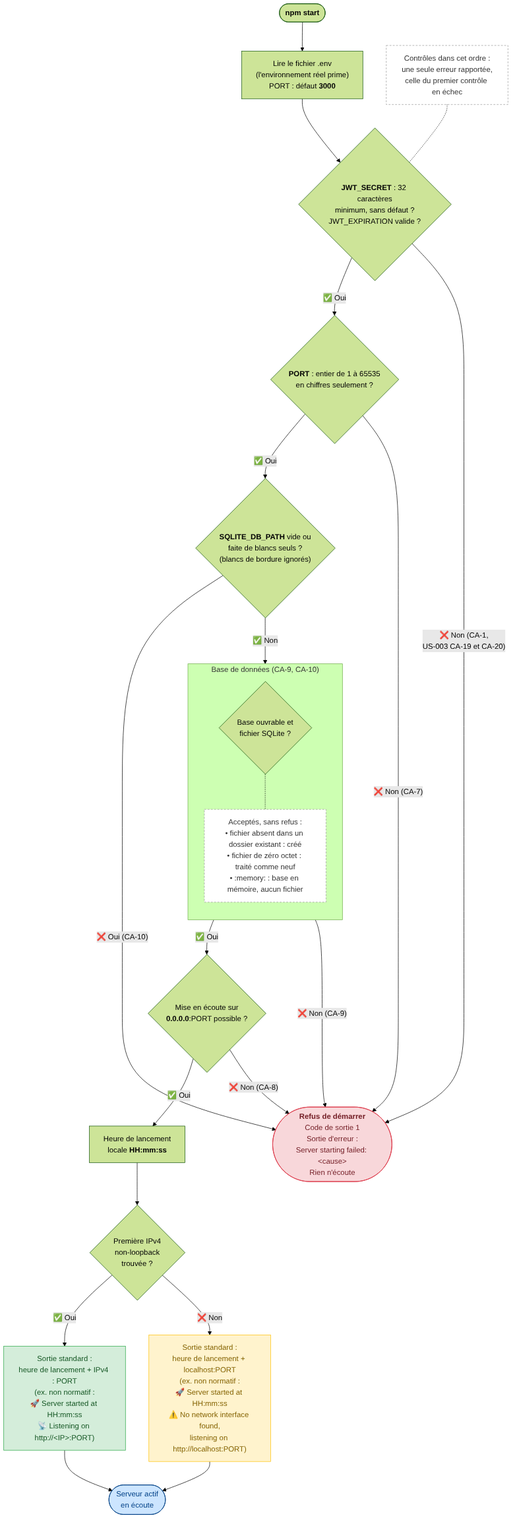
Earlier version of the Mermaid export docs/specs/diagrams/US-001-server-startup.png (ODehel/quiz-live-server). Its source is kept beside it as docs/specs/diagrams/US-001-server-startup.mmd.
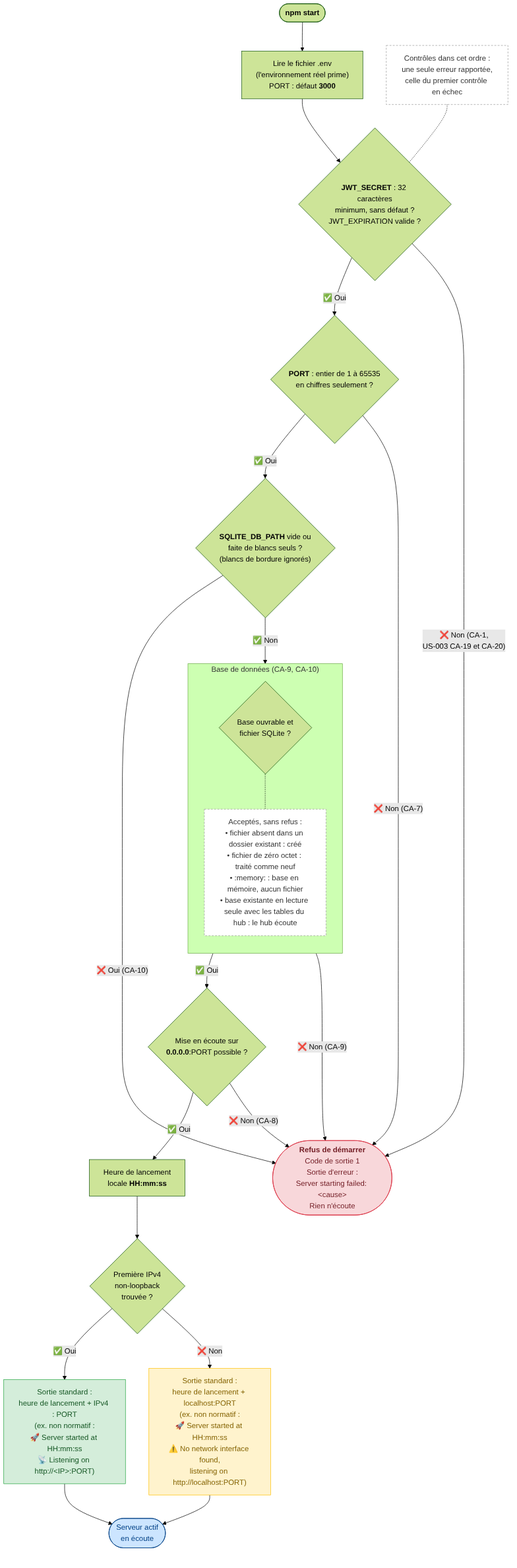
The same file after the commit.

The edit, as a diff of the source:
```diff
@@ -11,7 +11,7 @@
     subgraph DBSTEP ["Base de données (CA-9, CA-10)"]
         direction TB
         DB{"Base ouvrable et<br/>fichier SQLite ?"}
-        DBNOTE["Acceptés, sans refus :<br/>• fichier absent dans un dossier existant : créé<br/>• fichier de zéro octet : traité comme neuf<br/>• :memory: : base en mémoire, aucun fichier"]
+        DBNOTE["Acceptés, sans refus :<br/>• fichier absent dans un dossier existant : créé<br/>• fichier de zéro octet : traité comme neuf<br/>• :memory: : base en mémoire, aucun fichier<br/>• base existante en lecture seule avec les tables du hub : le hub écoute"]
         DB -.- DBNOTE
     end
 
```
